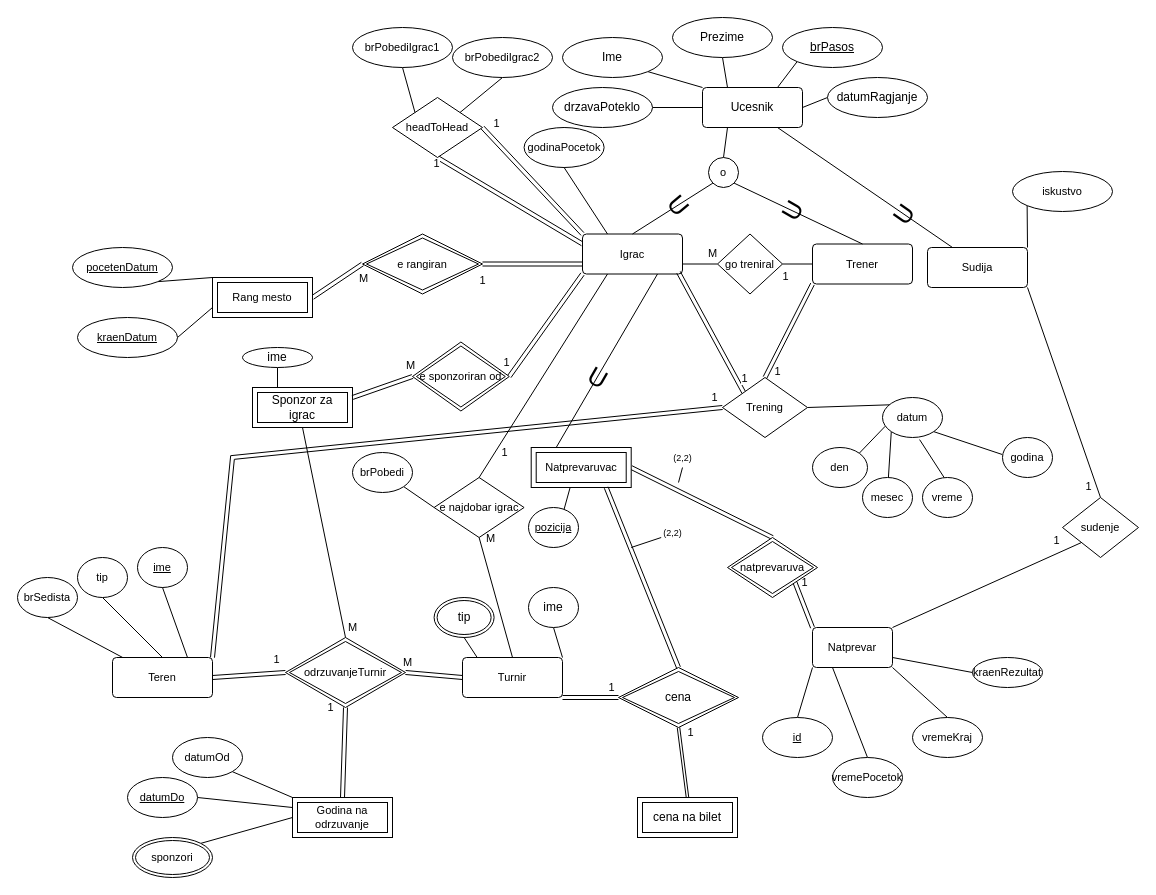
Before: Bazi na podatoci/Lab1/lab1_B.drawio in marin-o/Finki, a draw.io diagram. Source tidied: cells renumbered, new cells numbered last; positions are measured from the earlier drawing's top-left corner, leaving out a move shared by most shapes. Both pictures are drawn from the tidied source at 100%, with x=0, y=0 at pixel (17, 17).
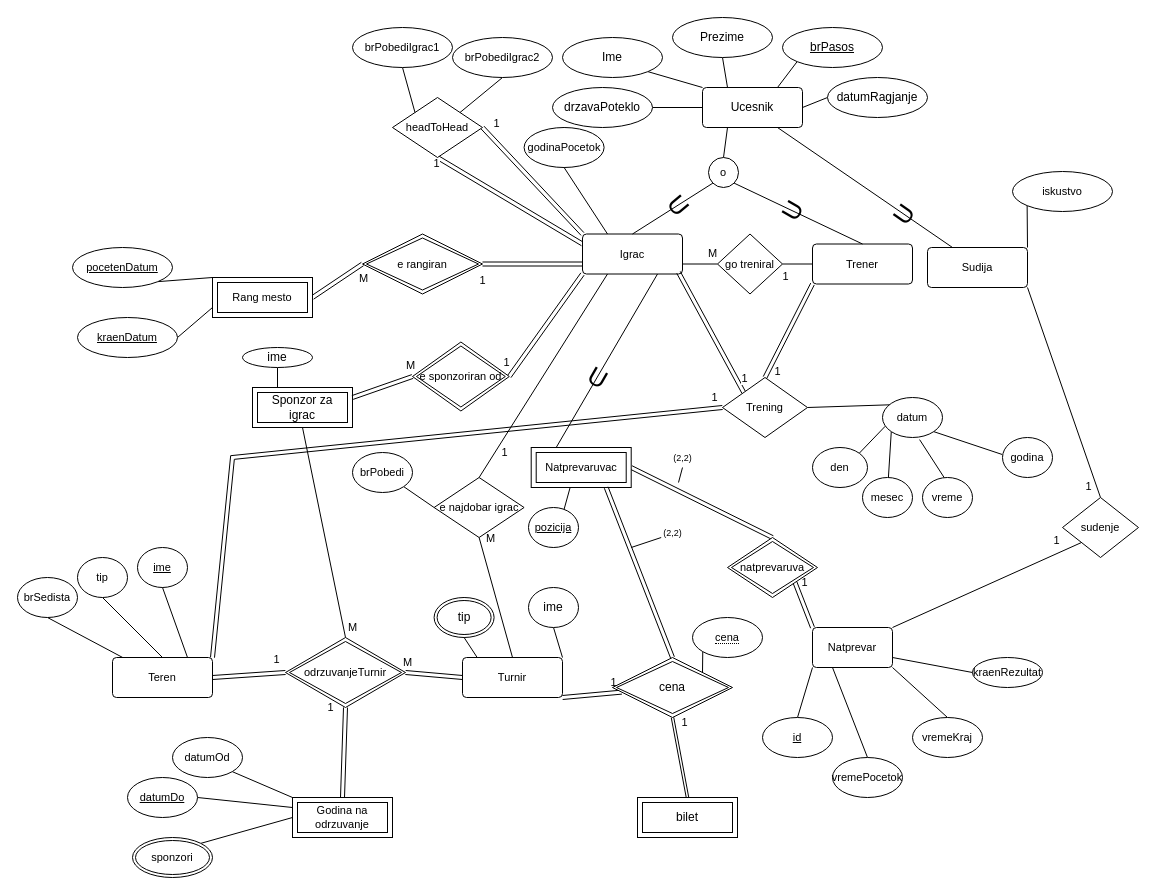
Above is the later version.

Diff of the diagram source:
```diff
@@
-    <mxCell id="118" value="cena na bilet" style="shape=ext;margin=3;double=1;whiteSpace=wrap;html=1;align=center;" parent="1" vertex="1">
+    <mxCell id="118" value="bilet" style="shape=ext;margin=3;double=1;whiteSpace=wrap;html=1;align=center;" parent="1" vertex="1">
       <mxGeometry x="620" y="780" width="100" height="40" as="geometry" />
     </mxCell>
     <mxCell id="119" value="cena" style="shape=rhombus;double=1;perimeter=rhombusPerimeter;whiteSpace=wrap;html=1;align=center;" parent="1" vertex="1">
-      <mxGeometry x="601" y="650" width="120" height="60" as="geometry" />
+      <mxGeometry x="595" y="640" width="120" height="60" as="geometry" />
     </mxCell>
@@
+    <mxCell id="127" style="edgeStyle=none;shape=connector;rounded=0;jettySize=auto;html=1;exitX=0;exitY=1;exitDx=0;exitDy=0;entryX=1;entryY=0;entryDx=0;entryDy=0;labelBackgroundColor=default;strokeColor=default;align=center;verticalAlign=middle;fontFamily=Helvetica;fontSize=11;fontColor=default;endArrow=none;endFill=0;" parent="1" edge="1" source="128" target="119">
+      <mxGeometry relative="1" as="geometry" />
+    </mxCell>
+    <mxCell id="128" value="&lt;span style=&quot;border-bottom: 1px dotted&quot;&gt;cena&lt;/span&gt;" style="ellipse;whiteSpace=wrap;html=1;align=center;fontFamily=Helvetica;fontSize=11;fontColor=default;" parent="1" vertex="1">
+      <mxGeometry x="675" y="600" width="70" height="40" as="geometry" />
+    </mxCell>
```
